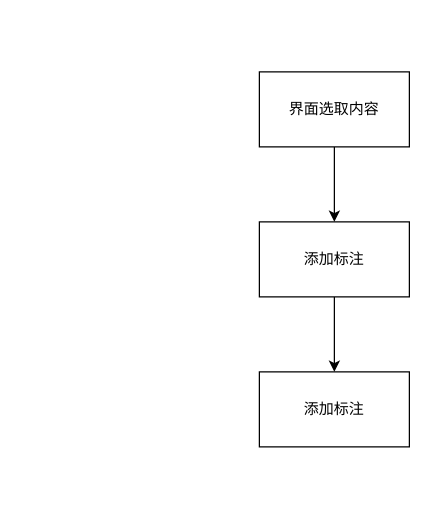
Before: 人工标注流程.drawio in ouyangtian/drawio, a draw.io diagram. Source tidied: cells renumbered, new cells numbered last; positions are measured from the earlier drawing's top-left corner, leaving out a move shared by most shapes. Both pictures are drawn from the tidied source at 125%, with x=0, y=0 at pixel (259, 71).
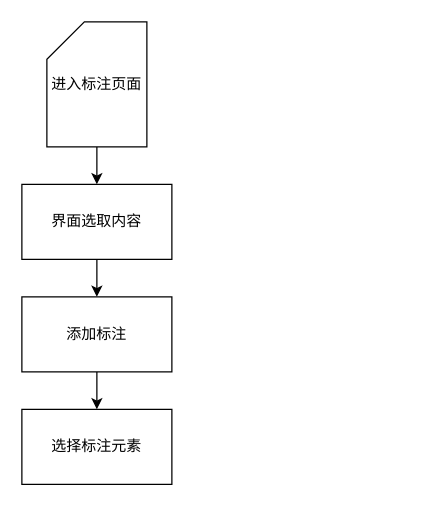
The same diagram, later.

Commit message:
更新人工标注流程.drawio

The edit, as a diff of the source:
```diff
@@
 <mxGraphModel>
   <root>
     <mxCell id="0" />
     <mxCell id="1" parent="0" />
     <mxCell id="2" value="界面选取内容" style="rounded=0;whiteSpace=wrap;html=1;" parent="1" vertex="1">
-      <mxGeometry width="120" height="60" as="geometry" />
+      <mxGeometry x="-190" y="90" width="120" height="60" as="geometry" />
     </mxCell>
     <mxCell id="3" value="添加标注" style="rounded=0;whiteSpace=wrap;html=1;" parent="1" vertex="1">
-      <mxGeometry y="120" width="120" height="60" as="geometry" />
+      <mxGeometry x="-190" y="180" width="120" height="60" as="geometry" />
     </mxCell>
-    <mxCell id="4" value="添加标注" style="rounded=0;whiteSpace=wrap;html=1;" parent="1" vertex="1">
-      <mxGeometry y="240" width="120" height="60" as="geometry" />
+    <mxCell id="4" value="选择标注元素" style="rounded=0;whiteSpace=wrap;html=1;" parent="1" vertex="1">
+      <mxGeometry x="-190" y="270" width="120" height="60" as="geometry" />
     </mxCell>
     <mxCell id="5" style="endArrow=classic;html=1;exitX=0.5;exitY=1;exitDx=0;exitDy=0;entryX=0.5;entryY=0;entryDx=0;entryDy=0;" parent="1" edge="1" source="2" target="3">
       <mxGeometry relative="1" as="geometry" />
     </mxCell>
-    <mxCell id="6" style="endArrow=classic;html=1;exitX=0.5;exitY=1;exitDx=0;exitDy=0;" parent="1" edge="1" source="3">
-      <mxGeometry relative="1" as="geometry">
-        <mxPoint x="60" y="240" as="targetPoint" />
-      </mxGeometry>
+    <mxCell id="6" style="endArrow=classic;html=1;exitX=0.5;exitY=1;exitDx=0;exitDy=0;entryX=0.5;entryY=0;entryDx=0;entryDy=0;" parent="1" edge="1" source="3" target="4">
+      <mxGeometry relative="1" as="geometry" />
     </mxCell>
+    <mxCell id="7" value="进入标注页面" style="shape=card;whiteSpace=wrap;html=1;" parent="1" vertex="1">
+      <mxGeometry x="-170" y="-40" width="80" height="100" as="geometry" />
+    </mxCell>
+    <mxCell id="8" style="endArrow=classic;html=1;exitX=0.5;exitY=1;exitDx=0;exitDy=0;exitPerimeter=0;entryX=0.5;entryY=0;entryDx=0;entryDy=0;" parent="1" edge="1" source="7" target="2">
+      <mxGeometry relative="1" as="geometry" />
+    </mxCell>
   </root>
 </mxGraphModel>
```
